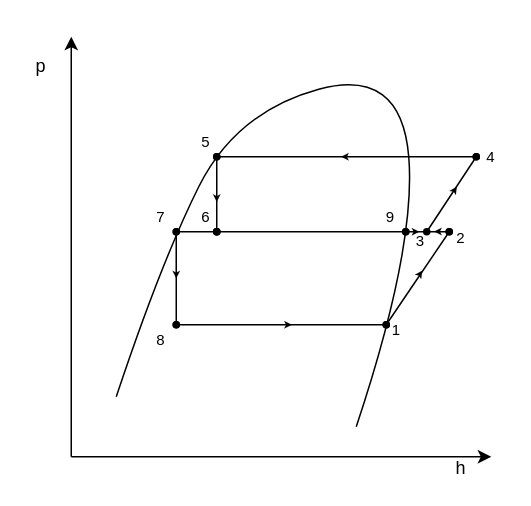
Above: Graphics/Flash_Tank_P-h_Diagram.drawio in kasperlaustsen/CA8_Writings (draw.io), before the change. Source tidied: cells renumbered, new cells numbered last; positions are measured from the earlier drawing's top-left corner, leaving out a move shared by most shapes. Both pictures are drawn from the tidied source at 150%, with x=0, y=0 at pixel (26, 36).
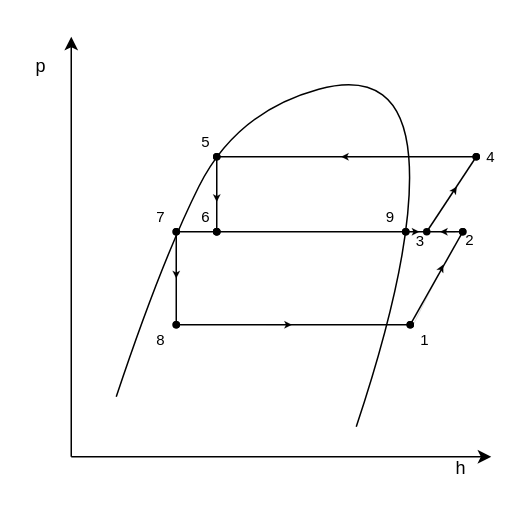
Above is the later version.

The change refers to these unchanged cells:
```xml
<mxCell id="23" value="&lt;font style=&quot;font-size: 10px&quot;&gt;8&lt;/font&gt;" style="text;html=1;strokeColor=none;fillColor=none;align=center;verticalAlign=middle;whiteSpace=wrap;rounded=0;" parent="1" vertex="1">
  <mxGeometry x="80" y="192" width="20" height="20" as="geometry" />
</mxCell>
```

What changed in the source:
```diff
@@
-    <mxCell id="13" style="endArrow=oval;html=1;rounded=0;curved=1;endFill=1;startArrow=oval;startFill=1;endSize=4;startSize=4;" parent="1" edge="1">
-      <mxGeometry relative="1" as="geometry">
-        <mxPoint x="100" y="192" as="sourcePoint" />
-        <mxPoint x="240" y="192" as="targetPoint" />
-      </mxGeometry>
+    <mxCell id="13" style="endArrow=oval;html=1;rounded=0;curved=1;endFill=1;startArrow=oval;startFill=1;endSize=4;startSize=4;exitX=1;exitY=0;exitDx=0;exitDy=0;entryX=0;entryY=0;entryDx=0;entryDy=0;" parent="1" edge="1" source="23" target="24">
+      <mxGeometry relative="1" as="geometry" />
     </mxCell>
-    <mxCell id="14" style="endArrow=oval;html=1;rounded=0;curved=1;endFill=1;startArrow=oval;startFill=1;endSize=4;startSize=4;" parent="1" edge="1">
-      <mxGeometry relative="1" as="geometry">
-        <mxPoint x="282" y="130" as="sourcePoint" />
-        <mxPoint x="240" y="192" as="targetPoint" />
-      </mxGeometry>
+    <mxCell id="14" style="endArrow=oval;html=1;rounded=0;curved=1;endFill=1;startArrow=oval;startFill=1;endSize=4;startSize=4;entryX=0;entryY=0;entryDx=0;entryDy=0;exitX=0;exitY=0;exitDx=0;exitDy=0;" parent="1" edge="1" source="30" target="24">
+      <mxGeometry relative="1" as="geometry" />
     </mxCell>
-    <mxCell id="15" style="endArrow=oval;html=1;rounded=0;curved=1;endFill=1;startArrow=oval;startFill=1;endSize=4;startSize=4;" parent="1" edge="1">
+    <mxCell id="15" style="endArrow=oval;html=1;rounded=0;curved=1;endFill=1;startArrow=oval;startFill=1;endSize=4;startSize=4;exitX=0;exitY=0;exitDx=0;exitDy=0;" parent="1" edge="1" source="30">
       <mxGeometry relative="1" as="geometry">
-        <mxPoint x="282" y="130" as="sourcePoint" />
         <mxPoint x="253" y="130" as="targetPoint" />
       </mxGeometry>
     </mxCell>
@@
-    <mxCell id="21" style="endArrow=classic;html=1;rounded=0;endSize=5;strokeWidth=0;" parent="1" edge="1">
+    <mxCell id="21" style="endArrow=classic;html=1;rounded=0;endSize=5;strokeWidth=0;exitX=0;exitY=0;exitDx=0;exitDy=0;" parent="1" edge="1">
       <mxGeometry relative="1" as="geometry">
-        <mxPoint x="251" y="175" as="sourcePoint" />
-        <mxPoint x="264" y="156" as="targetPoint" />
+        <mxPoint x="258" y="192" as="sourcePoint" />
+        <mxPoint x="278" y="152" as="targetPoint" />
       </mxGeometry>
     </mxCell>
@@
     <mxCell id="24" value="&lt;font style=&quot;font-size: 10px&quot;&gt;1&lt;/font&gt;" style="text;html=1;strokeColor=none;fillColor=none;align=center;verticalAlign=middle;whiteSpace=wrap;rounded=0;" parent="1" vertex="1">
-      <mxGeometry x="237" y="185" width="20" height="20" as="geometry" />
+      <mxGeometry x="256" y="192" width="20" height="20" as="geometry" />
     </mxCell>
@@
     <mxCell id="30" value="&lt;font style=&quot;font-size: 10px&quot;&gt;2&lt;/font&gt;" style="text;html=1;strokeColor=none;fillColor=none;align=center;verticalAlign=middle;whiteSpace=wrap;rounded=0;" parent="1" vertex="1">
-      <mxGeometry x="285" y="129" width="10" height="10" as="geometry" />
+      <mxGeometry x="291" y="130" width="10" height="10" as="geometry" />
     </mxCell>
@@
     <mxCell id="32" style="endArrow=classic;html=1;rounded=0;endSize=5;strokeWidth=0;" parent="1" edge="1">
       <mxGeometry relative="1" as="geometry">
-        <mxPoint x="278" y="129.9" as="sourcePoint" />
-        <mxPoint x="272" y="129.9" as="targetPoint" />
+        <mxPoint x="276" y="130" as="sourcePoint" />
+        <mxPoint x="276" y="130" as="targetPoint" />
         <Array as="points">
-          <mxPoint x="278" y="130" />
+          <mxPoint x="286" y="130.1" />
         </Array>
       </mxGeometry>
     </mxCell>
```
